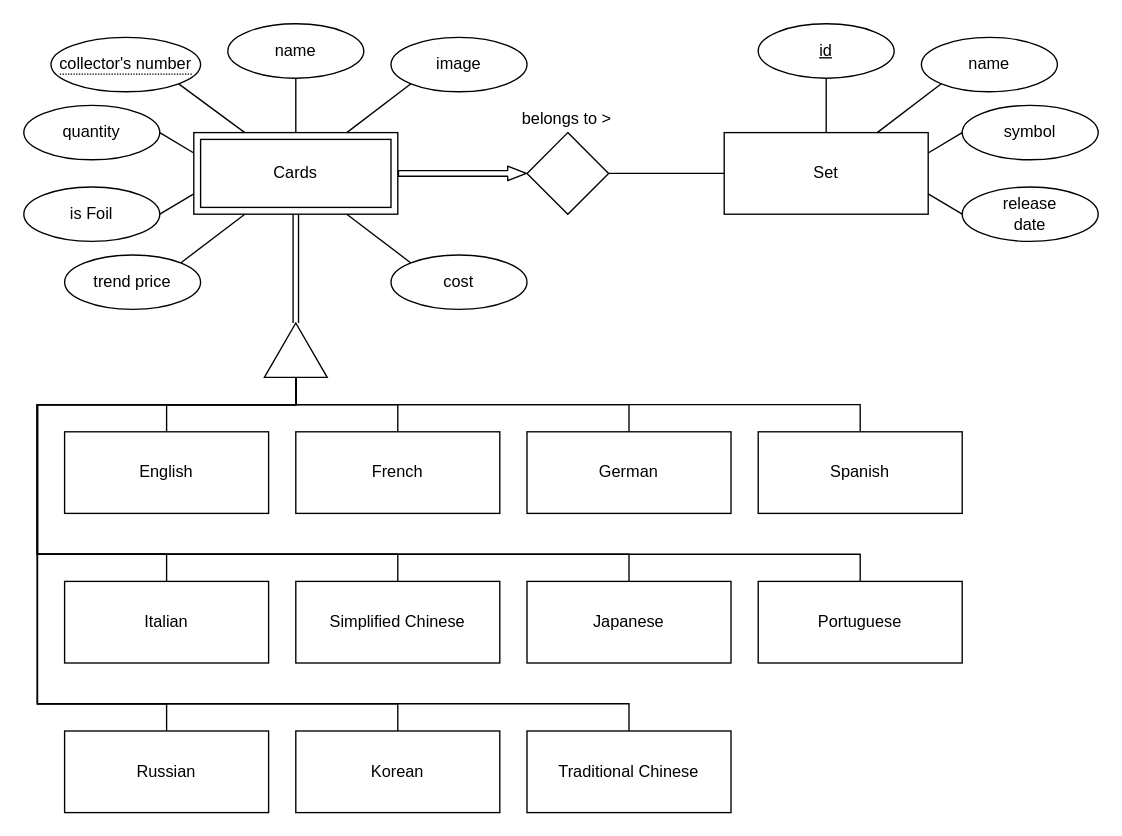
Before: db/Untitled Diagram.drawio in Touratica/MTGCollector, a draw.io diagram. Source tidied: cells renumbered, new cells numbered last; positions are measured from the earlier drawing's top-left corner, leaving out a move shared by most shapes. Both pictures are drawn from the tidied source at 136%, with x=0, y=0 at pixel (23, 23).
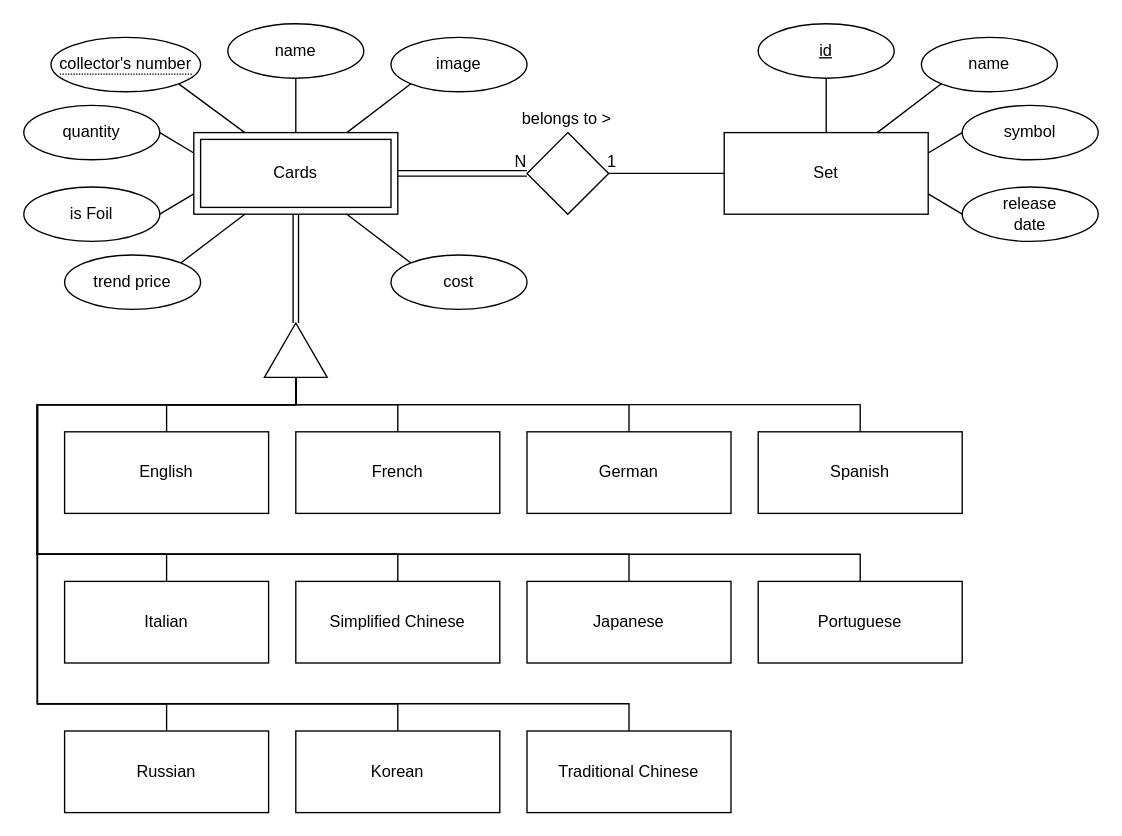
The same page after the edit.

Unchanged cells that the change refers to:
```xml
<mxCell id="2" value="Cards" style="shape=ext;margin=3;double=1;whiteSpace=wrap;html=1;align=center;fontFamily=Helvetica;fontSize=12;fontColor=#000000;strokeColor=#000000;fillColor=#ffffff;comic=0;sketch=0;" parent="1" vertex="1">
  <mxGeometry x="125" y="80" width="150" height="60" as="geometry" />
</mxCell>
<mxCell id="26" value="Set" style="whiteSpace=wrap;html=1;align=center;" parent="1" vertex="1">
  <mxGeometry x="515" y="80" width="150" height="60" as="geometry" />
</mxCell>
<mxCell id="27" value="belongs to &amp;gt;" style="shape=rhombus;perimeter=rhombusPerimeter;html=1;align=center;movableLabel=1;" parent="1" vertex="1">
  <mxGeometry x="370" y="80" width="60" height="60" as="geometry">
    <mxPoint x="-1" y="-40" as="offset" />
  </mxGeometry>
</mxCell>
```

The edit, as a diff of the source:
```diff
@@
-    <mxCell id="29" style="endArrow=block;html=1;shape=flexArrow;exitX=1;exitY=0.5;exitDx=0;exitDy=0;width=4.137931034482759;endSize=4.241379310344828;endWidth=5.422116527942925;endFill=0;entryX=0;entryY=0.5;entryDx=0;entryDy=0;" parent="1" edge="1" source="2" target="27">
-      <mxGeometry relative="1" as="geometry" />
-    </mxCell>
-    <mxCell id="30" style="endArrow=none;html=1;exitX=1;exitY=0.5;exitDx=0;exitDy=0;entryX=0;entryY=0.5;entryDx=0;entryDy=0;" parent="1" edge="1" source="27" target="26">
-      <mxGeometry relative="1" as="geometry" />
-    </mxCell>
@@
+    <mxCell id="29" style="shape=link;html=1;rounded=0;endArrow=none;endFill=0;strokeColor=#000000;exitX=1;exitY=0.5;exitDx=0;exitDy=0;entryX=0;entryY=0.5;entryDx=0;entryDy=0;" parent="1" edge="1" source="2" target="27">
+      <mxGeometry relative="1" as="geometry" />
+    </mxCell>
+    <mxCell id="53" value="N" style="html=1;align=right;verticalAlign=bottom;" parent="29" vertex="1">
+      <mxGeometry x="1" relative="1" as="geometry" />
+    </mxCell>
+    <mxCell id="54" style="endArrow=none;html=1;rounded=0;strokeColor=#000000;entryX=1;entryY=0.5;entryDx=0;entryDy=0;exitX=0;exitY=0.5;exitDx=0;exitDy=0;" parent="1" edge="1" source="26" target="27">
+      <mxGeometry relative="1" as="geometry" />
+    </mxCell>
+    <mxCell id="55" value="1" style="html=1;align=right;verticalAlign=bottom;" parent="54" vertex="1">
+      <mxGeometry x="1" relative="1" as="geometry">
+        <mxPoint x="6" as="offset" />
+      </mxGeometry>
+    </mxCell>
```
